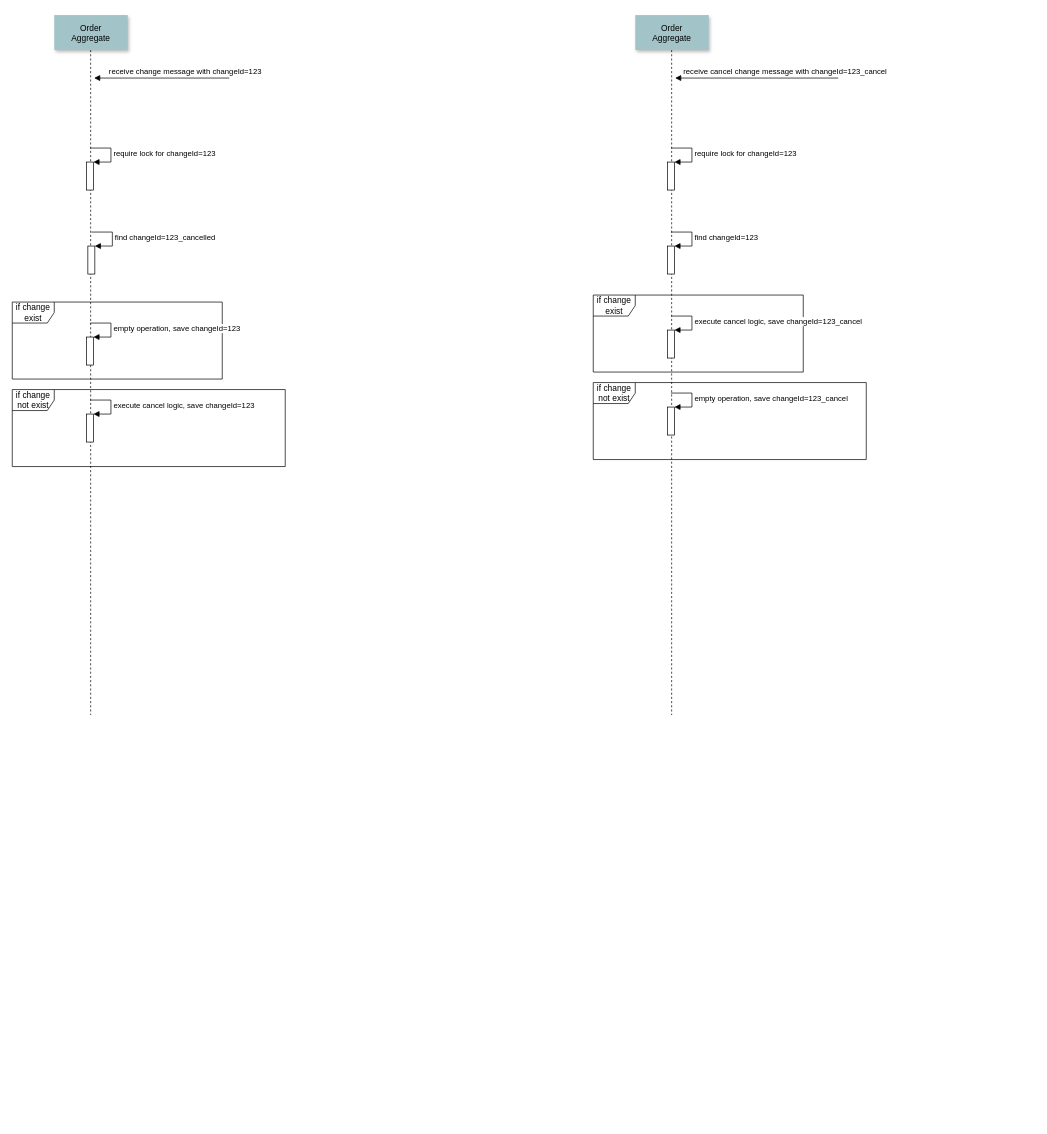
This is design/LTX.drawio from publicdevop2019/docs, a draw.io file, before an edit. Source tidied: cells renumbered, new cells numbered last; positions are measured from the earlier drawing's top-left corner, leaving out a move shared by most shapes. Both pictures are drawn from the tidied source at 70%, with x=0, y=0 at pixel (12, 15).
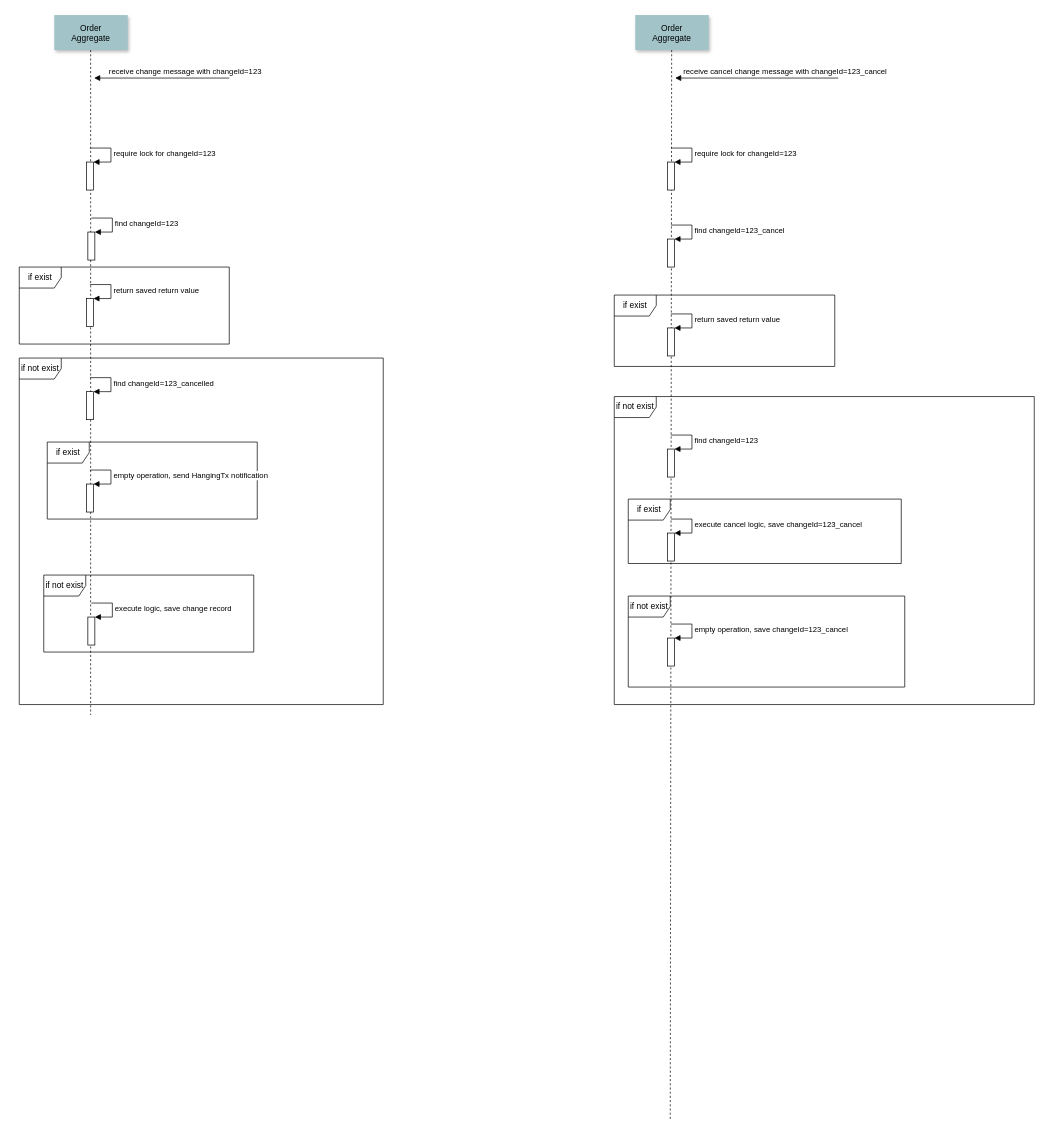
Above is the later version.

Commit message:
update ltx design

What changed in the source:
```diff
@@
-    <mxCell id="2" value="if change not exist" style="shape=umlFrame;whiteSpace=wrap;html=1;" parent="1" vertex="1">
-      <mxGeometry y="535" width="390" height="110" as="geometry" />
+    <mxCell id="2" value="if not exist" style="shape=umlFrame;whiteSpace=wrap;html=1;" parent="1" vertex="1">
+      <mxGeometry x="10" y="490" width="520" height="495" as="geometry" />
     </mxCell>
+    <mxCell id="28" value="if exist" style="shape=umlFrame;whiteSpace=wrap;html=1;" parent="1" vertex="1">
+      <mxGeometry x="50" y="610" width="300" height="110" as="geometry" />
+    </mxCell>
-    <mxCell id="3" value="if change exist" style="shape=umlFrame;whiteSpace=wrap;html=1;" parent="1" vertex="1">
-      <mxGeometry x="830" y="400" width="300" height="110" as="geometry" />
+    <mxCell id="3" value="if not exist" style="shape=umlFrame;whiteSpace=wrap;html=1;" parent="1" vertex="1">
+      <mxGeometry x="860" y="545" width="600" height="440" as="geometry" />
     </mxCell>
@@
     <mxCell id="10" style="edgeStyle=none;endArrow=none;dashed=1;" parent="1" edge="1">
       <mxGeometry x="1046.8" y="905" as="geometry">
         <mxPoint x="942" y="50" as="sourcePoint" />
-        <mxPoint x="942" y="1000" as="targetPoint" />
+        <mxPoint x="940" y="1580" as="targetPoint" />
       </mxGeometry>
     </mxCell>
@@
     <mxCell id="14" style="html=1;points=[];perimeter=orthogonalPerimeter;" parent="1" vertex="1">
-      <mxGeometry x="108" y="330" width="10" height="40" as="geometry" />
+      <mxGeometry x="106" y="538" width="10" height="40" as="geometry" />
     </mxCell>
     <mxCell id="15" value="find changeId=123_cancelled" style="edgeStyle=orthogonalEdgeStyle;html=1;align=left;spacingLeft=2;endArrow=block;rounded=0;entryX=1;entryY=0;" parent="1" edge="1" target="14">
       <mxGeometry relative="1" as="geometry">
-        <mxPoint x="113" y="310" as="sourcePoint" />
+        <mxPoint x="111" y="518" as="sourcePoint" />
         <Array as="points">
-          <mxPoint x="143" y="310" />
+          <mxPoint x="141" y="518" />
         </Array>
       </mxGeometry>
     </mxCell>
     <mxCell id="16" style="html=1;points=[];perimeter=orthogonalPerimeter;" parent="1" vertex="1">
-      <mxGeometry x="936" y="330" width="10" height="40" as="geometry" />
+      <mxGeometry x="936" y="620" width="10" height="40" as="geometry" />
     </mxCell>
     <mxCell id="17" value="find changeId=123" style="edgeStyle=orthogonalEdgeStyle;html=1;align=left;spacingLeft=2;endArrow=block;rounded=0;entryX=1;entryY=0;" parent="1" edge="1" target="16">
       <mxGeometry relative="1" as="geometry">
-        <mxPoint x="941" y="310" as="sourcePoint" />
+        <mxPoint x="941" y="600" as="sourcePoint" />
         <Array as="points">
-          <mxPoint x="971" y="310" />
+          <mxPoint x="971" y="600" />
         </Array>
       </mxGeometry>
     </mxCell>
     <mxCell id="18" style="html=1;points=[];perimeter=orthogonalPerimeter;" parent="1" vertex="1">
-      <mxGeometry x="936" y="450" width="10" height="40" as="geometry" />
+      <mxGeometry x="936" y="740" width="10" height="40" as="geometry" />
     </mxCell>
     <mxCell id="19" value="execute cancel logic, save changeId=123_cancel" style="edgeStyle=orthogonalEdgeStyle;html=1;align=left;spacingLeft=2;endArrow=block;rounded=0;entryX=1;entryY=0;" parent="1" edge="1" target="18">
       <mxGeometry relative="1" as="geometry">
-        <mxPoint x="941" y="430" as="sourcePoint" />
+        <mxPoint x="941" y="720" as="sourcePoint" />
         <Array as="points">
-          <mxPoint x="971" y="430" />
+          <mxPoint x="971" y="720" />
         </Array>
       </mxGeometry>
     </mxCell>
-    <mxCell id="20" style="html=1;points=[];perimeter=orthogonalPerimeter;" parent="1" vertex="1">
-      <mxGeometry x="936" y="560" width="10" height="40" as="geometry" />
-    </mxCell>
-    <mxCell id="21" value="empty operation, save changeId=123_cancel" style="edgeStyle=orthogonalEdgeStyle;html=1;align=left;spacingLeft=2;endArrow=block;rounded=0;entryX=1;entryY=0;" parent="1" edge="1" target="20">
-      <mxGeometry relative="1" as="geometry">
-        <mxPoint x="941" y="540" as="sourcePoint" />
-        <Array as="points">
-          <mxPoint x="971" y="540" />
-        </Array>
-      </mxGeometry>
-    </mxCell>
-    <mxCell id="22" value="if change not exist" style="shape=umlFrame;whiteSpace=wrap;html=1;" parent="1" vertex="1">
-      <mxGeometry x="830" y="525" width="390" height="110" as="geometry" />
-    </mxCell>
-    <mxCell id="23" value="if change exist" style="shape=umlFrame;whiteSpace=wrap;html=1;" parent="1" vertex="1">
-      <mxGeometry y="410" width="300" height="110" as="geometry" />
+    <mxCell id="23" value="if exist" style="shape=umlFrame;whiteSpace=wrap;html=1;" parent="1" vertex="1">
+      <mxGeometry x="10" y="360" width="300" height="110" as="geometry" />
     </mxCell>
     <mxCell id="24" style="html=1;points=[];perimeter=orthogonalPerimeter;" parent="1" vertex="1">
-      <mxGeometry x="106" y="460" width="10" height="40" as="geometry" />
+      <mxGeometry x="106" y="670" width="10" height="40" as="geometry" />
     </mxCell>
-    <mxCell id="25" value="empty operation, save changeId=123" style="edgeStyle=orthogonalEdgeStyle;html=1;align=left;spacingLeft=2;endArrow=block;rounded=0;entryX=1;entryY=0;" parent="1" edge="1" target="24">
+    <mxCell id="25" value="empty operation, send HangingTx notification" style="edgeStyle=orthogonalEdgeStyle;html=1;align=left;spacingLeft=2;endArrow=block;rounded=0;entryX=1;entryY=0;" parent="1" edge="1" target="24">
       <mxGeometry relative="1" as="geometry">
-        <mxPoint x="111" y="440" as="sourcePoint" />
+        <mxPoint x="111" y="650" as="sourcePoint" />
         <Array as="points">
-          <mxPoint x="141" y="440" />
+          <mxPoint x="141" y="650" />
         </Array>
       </mxGeometry>
     </mxCell>
     <mxCell id="26" style="html=1;points=[];perimeter=orthogonalPerimeter;" parent="1" vertex="1">
-      <mxGeometry x="106" y="570" width="10" height="40" as="geometry" />
+      <mxGeometry x="108" y="310" width="10" height="40" as="geometry" />
     </mxCell>
-    <mxCell id="27" value="execute cancel logic, save changeId=123" style="edgeStyle=orthogonalEdgeStyle;html=1;align=left;spacingLeft=2;endArrow=block;rounded=0;entryX=1;entryY=0;" parent="1" edge="1" target="26">
+    <mxCell id="27" value="find changeId=123" style="edgeStyle=orthogonalEdgeStyle;html=1;align=left;spacingLeft=2;endArrow=block;rounded=0;entryX=1;entryY=0;" parent="1" edge="1" target="26">
       <mxGeometry relative="1" as="geometry">
-        <mxPoint x="111" y="550" as="sourcePoint" />
+        <mxPoint x="113" y="290" as="sourcePoint" />
         <Array as="points">
-          <mxPoint x="141" y="550" />
+          <mxPoint x="143" y="290" />
         </Array>
       </mxGeometry>
     </mxCell>
+    <mxCell id="29" style="html=1;points=[];perimeter=orthogonalPerimeter;" parent="1" vertex="1">
+      <mxGeometry x="106" y="405" width="10" height="40" as="geometry" />
+    </mxCell>
+    <mxCell id="30" value="return saved return value" style="edgeStyle=orthogonalEdgeStyle;html=1;align=left;spacingLeft=2;endArrow=block;rounded=0;entryX=1;entryY=0;" parent="1" edge="1" target="29">
+      <mxGeometry relative="1" as="geometry">
+        <mxPoint x="111" y="385" as="sourcePoint" />
+        <Array as="points">
+          <mxPoint x="141" y="385" />
+        </Array>
+      </mxGeometry>
+    </mxCell>
+    <mxCell id="31" value="if not exist" style="shape=umlFrame;whiteSpace=wrap;html=1;" parent="1" vertex="1">
+      <mxGeometry x="45" y="800" width="300" height="110" as="geometry" />
+    </mxCell>
+    <mxCell id="32" style="html=1;points=[];perimeter=orthogonalPerimeter;" parent="1" vertex="1">
+      <mxGeometry x="108" y="860" width="10" height="40" as="geometry" />
+    </mxCell>
+    <mxCell id="33" value="execute logic, save change record" style="edgeStyle=orthogonalEdgeStyle;html=1;align=left;spacingLeft=2;endArrow=block;rounded=0;entryX=1;entryY=0;" parent="1" edge="1" target="32">
+      <mxGeometry relative="1" as="geometry">
+        <mxPoint x="113" y="840" as="sourcePoint" />
+        <Array as="points">
+          <mxPoint x="143" y="840" />
+        </Array>
+      </mxGeometry>
+    </mxCell>
+    <mxCell id="34" value="if exist" style="shape=umlFrame;whiteSpace=wrap;html=1;" parent="1" vertex="1">
+      <mxGeometry x="860" y="400" width="315" height="102" as="geometry" />
+    </mxCell>
+    <mxCell id="35" style="html=1;points=[];perimeter=orthogonalPerimeter;" parent="1" vertex="1">
+      <mxGeometry x="936" y="320" width="10" height="40" as="geometry" />
+    </mxCell>
+    <mxCell id="36" value="find changeId=123_cancel" style="edgeStyle=orthogonalEdgeStyle;html=1;align=left;spacingLeft=2;endArrow=block;rounded=0;entryX=1;entryY=0;" parent="1" edge="1" target="35">
+      <mxGeometry relative="1" as="geometry">
+        <mxPoint x="941" y="300" as="sourcePoint" />
+        <Array as="points">
+          <mxPoint x="971" y="300" />
+        </Array>
+      </mxGeometry>
+    </mxCell>
+    <mxCell id="37" value="if exist" style="shape=umlFrame;whiteSpace=wrap;html=1;" parent="1" vertex="1">
+      <mxGeometry x="880" y="691.5" width="390" height="92" as="geometry" />
+    </mxCell>
+    <mxCell id="38" style="html=1;points=[];perimeter=orthogonalPerimeter;" parent="1" vertex="1">
+      <mxGeometry x="936" y="447" width="10" height="40" as="geometry" />
+    </mxCell>
+    <mxCell id="39" value="return saved return value" style="edgeStyle=orthogonalEdgeStyle;html=1;align=left;spacingLeft=2;endArrow=block;rounded=0;entryX=1;entryY=0;" parent="1" edge="1" target="38">
+      <mxGeometry relative="1" as="geometry">
+        <mxPoint x="941" y="427" as="sourcePoint" />
+        <Array as="points">
+          <mxPoint x="971" y="427" />
+        </Array>
+      </mxGeometry>
+    </mxCell>
+    <mxCell id="40" value="if not exist" style="shape=umlFrame;whiteSpace=wrap;html=1;" parent="1" vertex="1">
+      <mxGeometry x="880" y="830" width="395" height="130" as="geometry" />
+    </mxCell>
+    <mxCell id="41" style="html=1;points=[];perimeter=orthogonalPerimeter;" parent="1" vertex="1">
+      <mxGeometry x="936" y="890" width="10" height="40" as="geometry" />
+    </mxCell>
+    <mxCell id="21" value="empty operation, save changeId=123_cancel" style="edgeStyle=orthogonalEdgeStyle;html=1;align=left;spacingLeft=2;endArrow=block;rounded=0;entryX=1;entryY=0;" parent="1" edge="1" target="41">
+      <mxGeometry relative="1" as="geometry">
+        <mxPoint x="941" y="870" as="sourcePoint" />
+        <Array as="points">
+          <mxPoint x="971" y="870" />
+        </Array>
+      </mxGeometry>
+    </mxCell>
```
